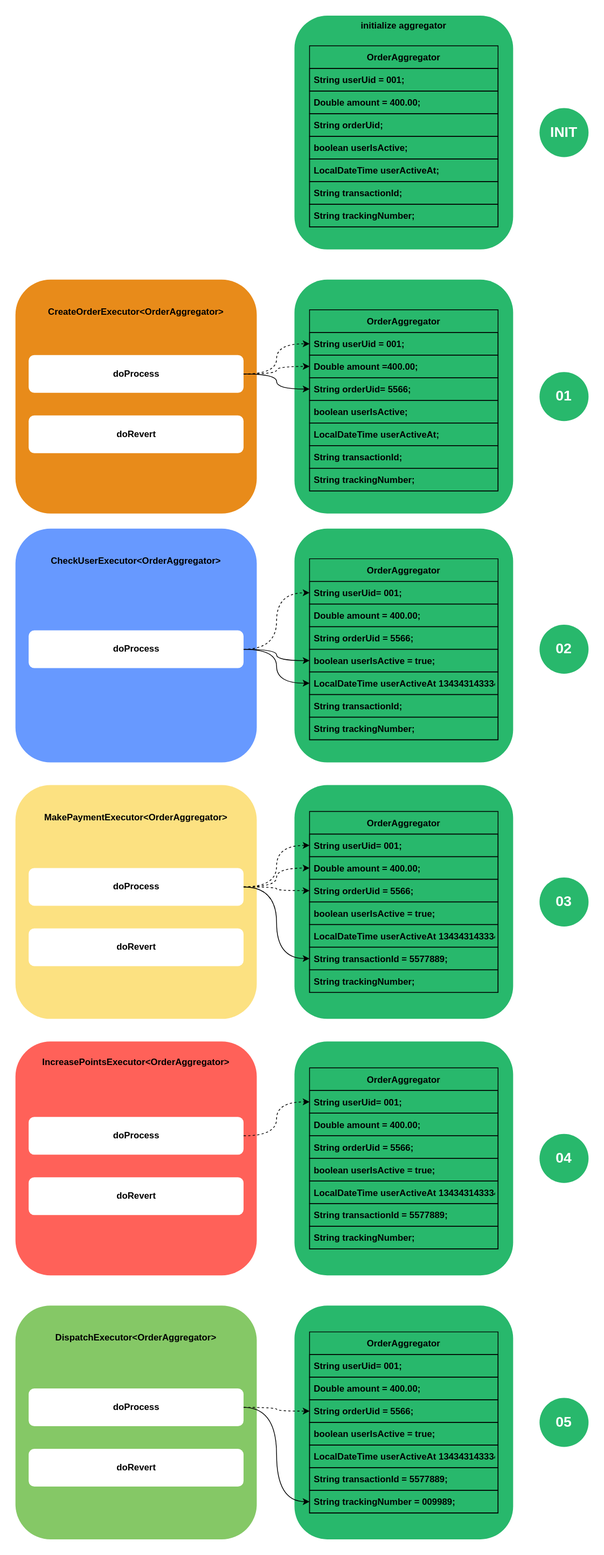
Earlier version of the draw.io export src/docs/resources/img/stack-saga-e-store-example-aggregator-state.drawio.svg (mafei-dev/stacksaga-adoc). Source tidied: cells renumbered, new cells last; positions are measured from the earlier drawing's top-left corner, leaving out a move shared by most shapes.
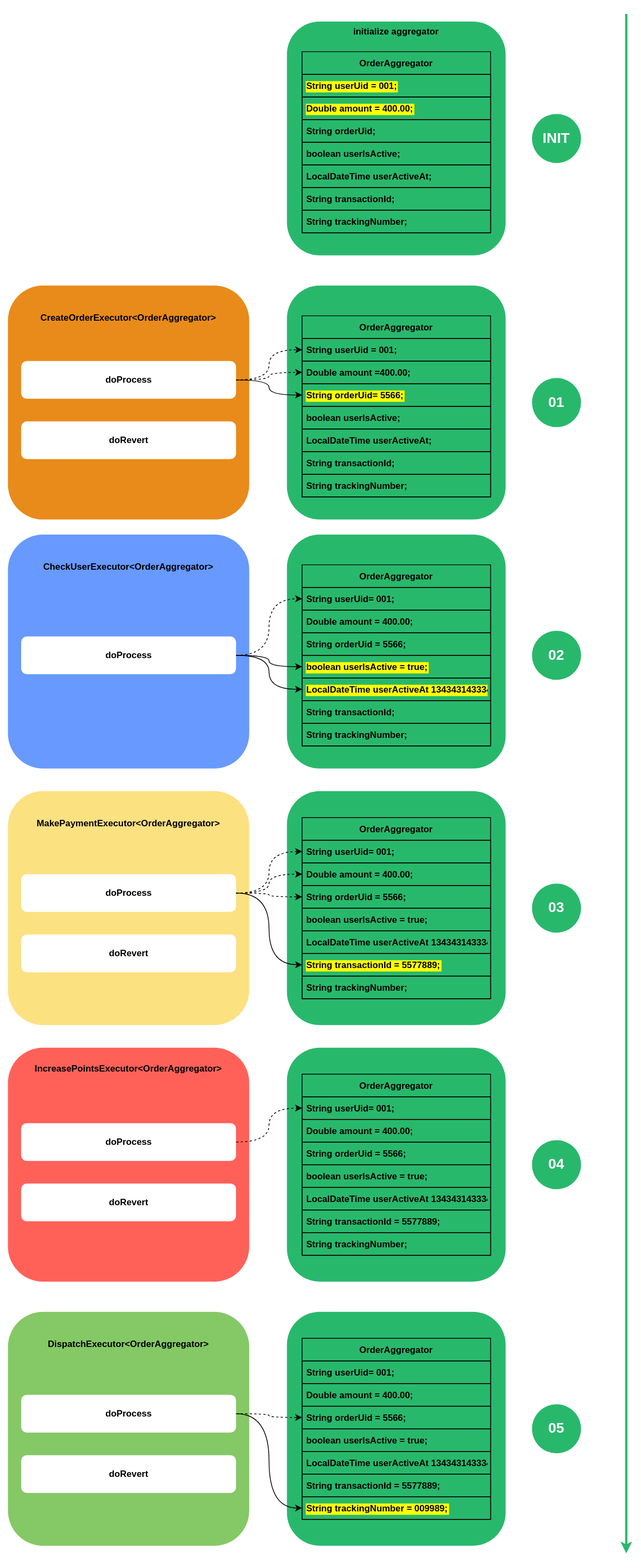
Above is the later version.

What changed in the source:
```diff
@@ -14,7 +14,7 @@
     <mxCell id="5" value="Double amount =400.00;" style="text;strokeColor=default;fillColor=none;align=left;verticalAlign=middle;spacingLeft=4;spacingRight=4;overflow=hidden;points=[[0,0.5],[1,0.5]];portConstraint=eastwest;fontStyle=1;" parent="3" vertex="1">
       <mxGeometry y="60" width="250" height="30" as="geometry" />
     </mxCell>
-    <mxCell id="6" value="String orderUid= 5566;" style="text;strokeColor=default;fillColor=none;align=left;verticalAlign=middle;spacingLeft=4;spacingRight=4;overflow=hidden;points=[[0,0.5],[1,0.5]];portConstraint=eastwest;fontStyle=1;" parent="3" vertex="1">
+    <mxCell id="6" value="String orderUid= 5566;" style="text;strokeColor=default;fillColor=none;align=left;verticalAlign=middle;spacingLeft=4;spacingRight=4;overflow=hidden;points=[[0,0.5],[1,0.5]];portConstraint=eastwest;fontStyle=1;labelBackgroundColor=#FFFF00;" parent="3" vertex="1">
       <mxGeometry y="90" width="250" height="30" as="geometry" />
     </mxCell>
     <mxCell id="7" value="boolean userIsActive;" style="text;strokeColor=default;fillColor=none;align=left;verticalAlign=middle;spacingLeft=4;spacingRight=4;overflow=hidden;fontStyle=1;" parent="3" vertex="1">
@@ -71,10 +71,10 @@
     <mxCell id="24" value="String orderUid = 5566;" style="text;strokeColor=default;fillColor=none;align=left;verticalAlign=middle;spacingLeft=4;spacingRight=4;overflow=hidden;fontStyle=1;" parent="21" vertex="1">
       <mxGeometry y="90" width="250" height="30" as="geometry" />
     </mxCell>
-    <mxCell id="25" value="boolean userIsActive = true;" style="text;strokeColor=default;fillColor=none;align=left;verticalAlign=middle;spacingLeft=4;spacingRight=4;overflow=hidden;points=[[0,0.5],[1,0.5]];portConstraint=eastwest;fontStyle=1;" parent="21" vertex="1">
+    <mxCell id="25" value="boolean userIsActive = true;" style="text;strokeColor=default;fillColor=none;align=left;verticalAlign=middle;spacingLeft=4;spacingRight=4;overflow=hidden;points=[[0,0.5],[1,0.5]];portConstraint=eastwest;fontStyle=1;labelBackgroundColor=#FFFF00;" parent="21" vertex="1">
       <mxGeometry y="120" width="250" height="30" as="geometry" />
     </mxCell>
-    <mxCell id="26" value="LocalDateTime userActiveAt 134343143334;" style="text;strokeColor=default;fillColor=none;align=left;verticalAlign=middle;spacingLeft=4;spacingRight=4;overflow=hidden;points=[[0,0.5],[1,0.5]];portConstraint=eastwest;fontStyle=1;" parent="21" vertex="1">
+    <mxCell id="26" value="LocalDateTime userActiveAt 134343143334;" style="text;strokeColor=default;fillColor=none;align=left;verticalAlign=middle;spacingLeft=4;spacingRight=4;overflow=hidden;points=[[0,0.5],[1,0.5]];portConstraint=eastwest;fontStyle=1;labelBackgroundColor=#FFFF00;" parent="21" vertex="1">
       <mxGeometry y="150" width="250" height="30" as="geometry" />
     </mxCell>
     <mxCell id="27" value="String transactionId;" style="text;strokeColor=default;fillColor=none;align=left;verticalAlign=middle;spacingLeft=4;spacingRight=4;overflow=hidden;fontStyle=1;" parent="21" vertex="1">
@@ -125,10 +125,10 @@
     <mxCell id="42" value="OrderAggregator" style="swimlane;fontStyle=1;horizontal=1;startSize=30;fillColor=none;strokeColor=default;" parent="1" vertex="1">
       <mxGeometry x="390" y="40" width="250" height="240" as="geometry" />
     </mxCell>
-    <mxCell id="43" value="String userUid = 001;" style="text;strokeColor=default;fillColor=none;align=left;verticalAlign=middle;spacingLeft=4;spacingRight=4;overflow=hidden;fontStyle=1;" parent="42" vertex="1">
+    <mxCell id="43" value="String userUid = 001;" style="text;strokeColor=default;fillColor=none;align=left;verticalAlign=middle;spacingLeft=4;spacingRight=4;overflow=hidden;fontStyle=1;labelBackgroundColor=#FFFF00;" parent="42" vertex="1">
       <mxGeometry y="30" width="250" height="30" as="geometry" />
     </mxCell>
-    <mxCell id="44" value="Double amount = 400.00;" style="text;strokeColor=default;fillColor=none;align=left;verticalAlign=middle;spacingLeft=4;spacingRight=4;overflow=hidden;fontStyle=1;" parent="42" vertex="1">
+    <mxCell id="44" value="Double amount = 400.00;" style="text;strokeColor=default;fillColor=none;align=left;verticalAlign=middle;spacingLeft=4;spacingRight=4;overflow=hidden;fontStyle=1;labelBackgroundColor=#FFFF00;" parent="42" vertex="1">
       <mxGeometry y="60" width="250" height="30" as="geometry" />
     </mxCell>
     <mxCell id="45" value="String orderUid;" style="text;strokeColor=default;fillColor=none;align=left;verticalAlign=middle;spacingLeft=4;spacingRight=4;overflow=hidden;fontStyle=1;" parent="42" vertex="1">
@@ -164,7 +164,7 @@
     <mxCell id="55" value="LocalDateTime userActiveAt 134343143334;" style="text;strokeColor=default;fillColor=none;align=left;verticalAlign=middle;spacingLeft=4;spacingRight=4;overflow=hidden;fontStyle=1;" parent="50" vertex="1">
       <mxGeometry y="150" width="250" height="30" as="geometry" />
     </mxCell>
-    <mxCell id="56" value="String transactionId = 5577889;" style="text;strokeColor=default;fillColor=none;align=left;verticalAlign=middle;spacingLeft=4;spacingRight=4;overflow=hidden;points=[[0,0.5],[1,0.5]];portConstraint=eastwest;fontStyle=1;" parent="50" vertex="1">
+    <mxCell id="56" value="String transactionId = 5577889;" style="text;strokeColor=default;fillColor=none;align=left;verticalAlign=middle;spacingLeft=4;spacingRight=4;overflow=hidden;points=[[0,0.5],[1,0.5]];portConstraint=eastwest;fontStyle=1;labelBackgroundColor=#FFFF00;" parent="50" vertex="1">
       <mxGeometry y="180" width="250" height="30" as="geometry" />
     </mxCell>
     <mxCell id="57" value="String trackingNumber;" style="text;strokeColor=default;fillColor=none;align=left;verticalAlign=middle;spacingLeft=4;spacingRight=4;overflow=hidden;fontStyle=1;" parent="50" vertex="1">
@@ -215,7 +215,7 @@
     <mxCell id="72" value="String transactionId = 5577889;" style="text;strokeColor=default;fillColor=none;align=left;verticalAlign=middle;spacingLeft=4;spacingRight=4;overflow=hidden;fontStyle=1;" parent="66" vertex="1">
       <mxGeometry y="180" width="250" height="30" as="geometry" />
     </mxCell>
-    <mxCell id="73" value="String trackingNumber = 009989;" style="text;strokeColor=default;fillColor=none;align=left;verticalAlign=middle;spacingLeft=4;spacingRight=4;overflow=hidden;points=[[0,0.5],[1,0.5]];portConstraint=eastwest;fontStyle=1;" parent="66" vertex="1">
+    <mxCell id="73" value="String trackingNumber = 009989;" style="text;strokeColor=default;fillColor=none;align=left;verticalAlign=middle;spacingLeft=4;spacingRight=4;overflow=hidden;points=[[0,0.5],[1,0.5]];portConstraint=eastwest;fontStyle=1;labelBackgroundColor=#FFFF00;" parent="66" vertex="1">
       <mxGeometry y="210" width="250" height="30" as="geometry" />
     </mxCell>
     <mxCell id="74" style="edgeStyle=orthogonalEdgeStyle;rounded=0;jettySize=auto;html=1;entryX=0;entryY=0.5;entryDx=0;entryDy=0;curved=1;exitX=1;exitY=0.5;exitDx=0;exitDy=0;dashed=1;" parent="1" edge="1" source="13" target="5">
@@ -263,5 +263,11 @@
     <mxCell id="88" value="&lt;b style=&quot;font-size: 19px&quot;&gt;&lt;font color=&quot;#ffffff&quot;&gt;05&lt;/font&gt;&lt;/b&gt;" style="ellipse;whiteSpace=wrap;html=1;fillColor=#28B86C;strokeColor=none;fontSize=19;" parent="1" vertex="1">
       <mxGeometry x="695" y="1832.5" width="65" height="65" as="geometry" />
     </mxCell>
+    <mxCell id="89" style="endArrow=classic;html=1;rounded=0;strokeWidth=3;strokeColor=#28B86C;" parent="1" edge="1">
+      <mxGeometry relative="1" as="geometry">
+        <mxPoint x="820" y="-10" as="sourcePoint" />
+        <mxPoint x="820" y="2030" as="targetPoint" />
+      </mxGeometry>
+    </mxCell>
   </root>
 </mxGraphModel>
```
